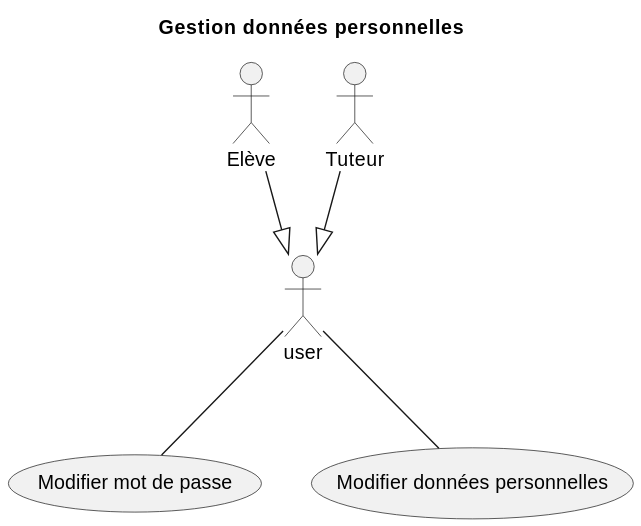
This is diagrams/authentication/data_management.svg from KMBCL/P3_specifications, a PlantUML export, as it was before one commit. The source it was exported from:
```plantuml
@startuml
title Gestion données personnelles

!include /specifications/docs/diagrams/actors/actors.puml

student --|> user
tutor --|> user

usecase "Modifier mot de passe" as password_managing
usecase "Modifier données personnelles" as personal_data_managing

user -- password_managing
user -- personal_data_managing
@enduml
```
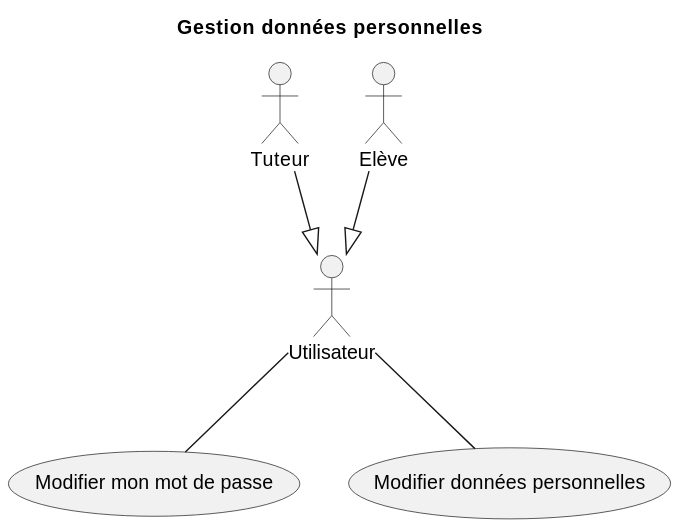
After the change.

Change to the diagram source:
```diff
@@ -1,14 +1,14 @@
 @startuml
 title Gestion données personnelles
 
-!include /specifications/docs/diagrams/actors/actors.puml
+!include /specifications/docs/diagrams/actors/common.puml
 
-student --|> user
-tutor --|> user
+student --|> Utilisateur
+tutor --|> Utilisateur
 
-usecase "Modifier mot de passe" as password_managing
+usecase "Modifier mon mot de passe" as password_managing
 usecase "Modifier données personnelles" as personal_data_managing
 
-user -- password_managing
-user -- personal_data_managing
+Utilisateur -- password_managing
+Utilisateur -- personal_data_managing
 @enduml
```
